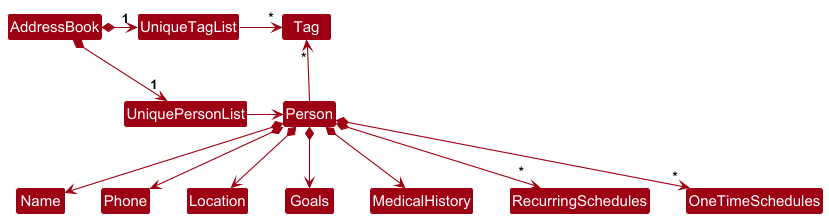
The PlantUML diagram docs/images/BetterModelClassDiagram.png in AY2425S2-CS2103T-T13-1/tp, before a commit. Its source is kept beside it as docs/diagrams/BetterModelClassDiagram.puml.
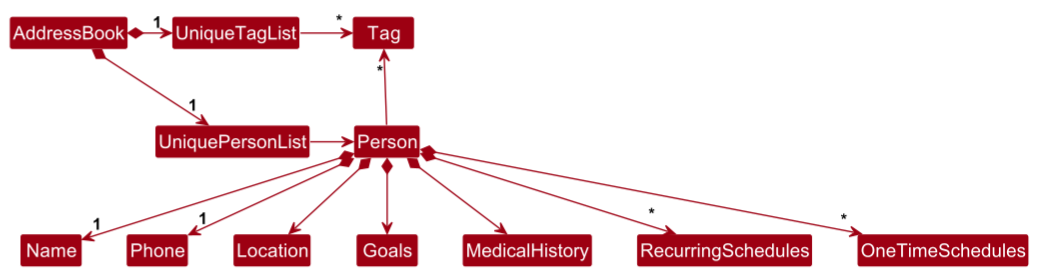
Later version of the same file.

Commit message:
Update UG and UML diagrams

What changed in the source:
```diff
@@ -14,8 +14,8 @@
 
 Person -up-> "*" Tag
 
-Person *--> Name
-Person *--> Phone
+Person *--> "1" Name
+Person *--> "1" Phone
 Person *--> Location
 Person *--> Goals
 Person *--> MedicalHistory
```
